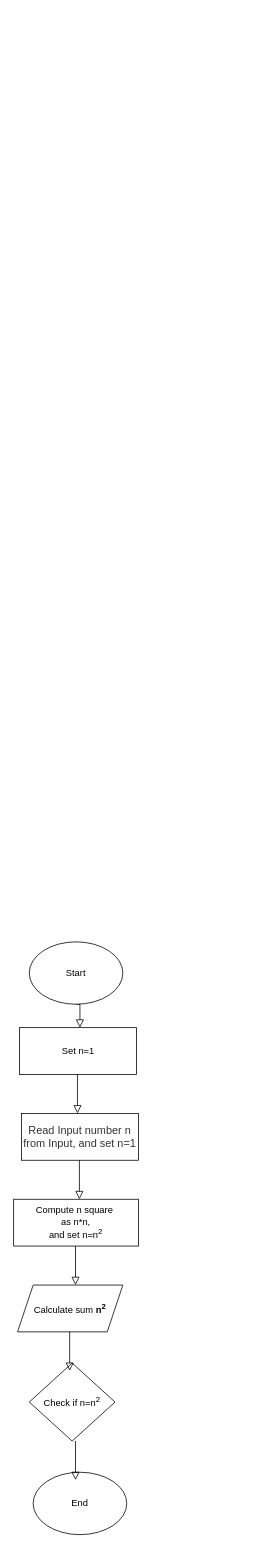
This is Untitled Diagram.drawio from mumugisha/Alphonse_Nkubito, a draw.io file, before an edit. Source tidied: cells renumbered, new cells numbered last; positions are measured from the earlier drawing's top-left corner, leaving out a move shared by most shapes. Both pictures are drawn from the tidied source at 78%, with x=0, y=0 at pixel (13, 941).
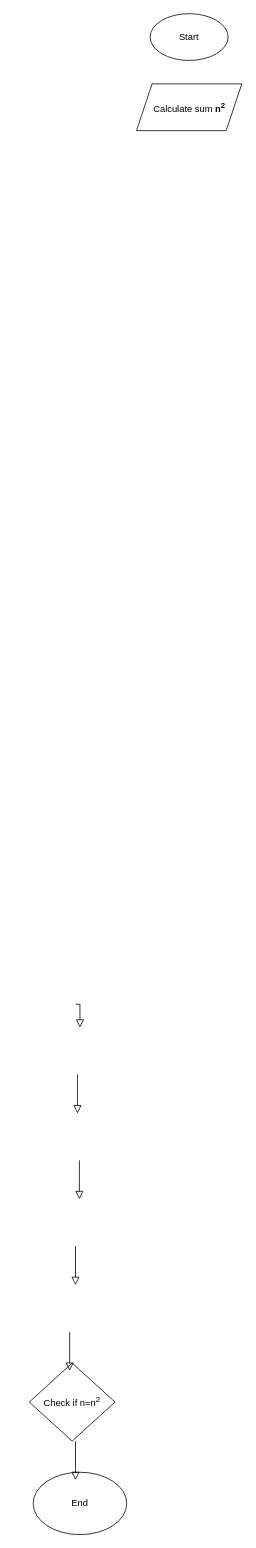
The same page after the edit.

Commit message:
FLOW CHART TASK 1

What changed in the source:
```diff
@@
     <mxCell id="3" value="Start" style="ellipse;whiteSpace=wrap;html=1;" parent="1" vertex="1">
-      <mxGeometry x="20" width="120" height="80" as="geometry" />
+      <mxGeometry x="175" y="-1190" width="100" height="60" as="geometry" />
     </mxCell>
-    <mxCell id="4" value="Set n=1" style="rounded=0;whiteSpace=wrap;html=1;" parent="1" vertex="1">
-      <mxGeometry x="7.5" y="110" width="150" height="60" as="geometry" />
-    </mxCell>
-    <mxCell id="5" value="&lt;span style=&quot;font-size: 10.5pt; font-family: Arial; color: rgb(51, 51, 51); background-color: rgb(255, 255, 255); font-variant-numeric: normal; font-variant-east-asian: normal; font-variant-alternates: normal; vertical-align: baseline;&quot;&gt;Read Input number n from Input, and set n=1&lt;/span&gt;&lt;span id=&quot;docs-internal-guid-a12a67c6-7fff-5756-ddde-ad5f223411b5&quot;&gt;&lt;/span&gt;" style="rounded=0;whiteSpace=wrap;html=1;" parent="1" vertex="1">
-      <mxGeometry x="10" y="220" width="150" height="60" as="geometry" />
-    </mxCell>
-    <mxCell id="6" value="Compute n square&amp;nbsp;&lt;br&gt;as n*n,&lt;br&gt;and set n=n&lt;sup&gt;2&lt;/sup&gt;&lt;br&gt;&lt;span id=&quot;docs-internal-guid-6f0ee308-7fff-a626-972c-9c462f937399&quot;&gt;&lt;/span&gt;" style="rounded=0;whiteSpace=wrap;html=1;" parent="1" vertex="1">
-      <mxGeometry y="330" width="160" height="60" as="geometry" />
-    </mxCell>
@@
     <mxCell id="8" value="Calculate sum &lt;b&gt;n&lt;sup&gt;2&lt;/sup&gt;&lt;/b&gt;" style="shape=parallelogram;perimeter=parallelogramPerimeter;whiteSpace=wrap;html=1;fixedSize=1;" parent="1" vertex="1">
-      <mxGeometry x="5" y="440" width="135" height="60" as="geometry" />
+      <mxGeometry x="157.5" y="-1100" width="135" height="60" as="geometry" />
     </mxCell>
```
